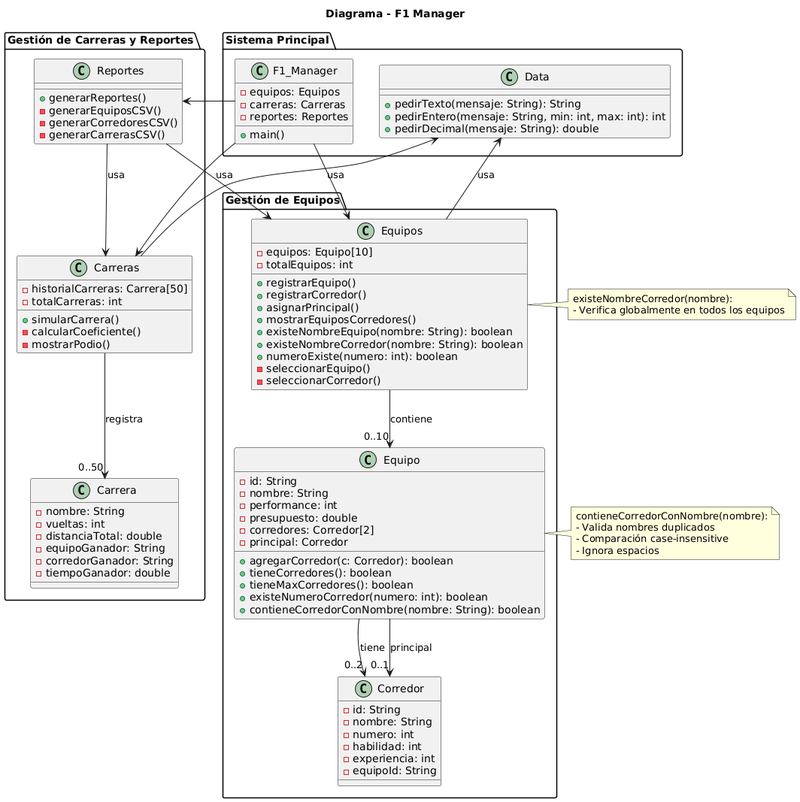
Above: Diagrama F1_Manager.png in Esteban1209/F1_Manager (PlantUML), before the change.
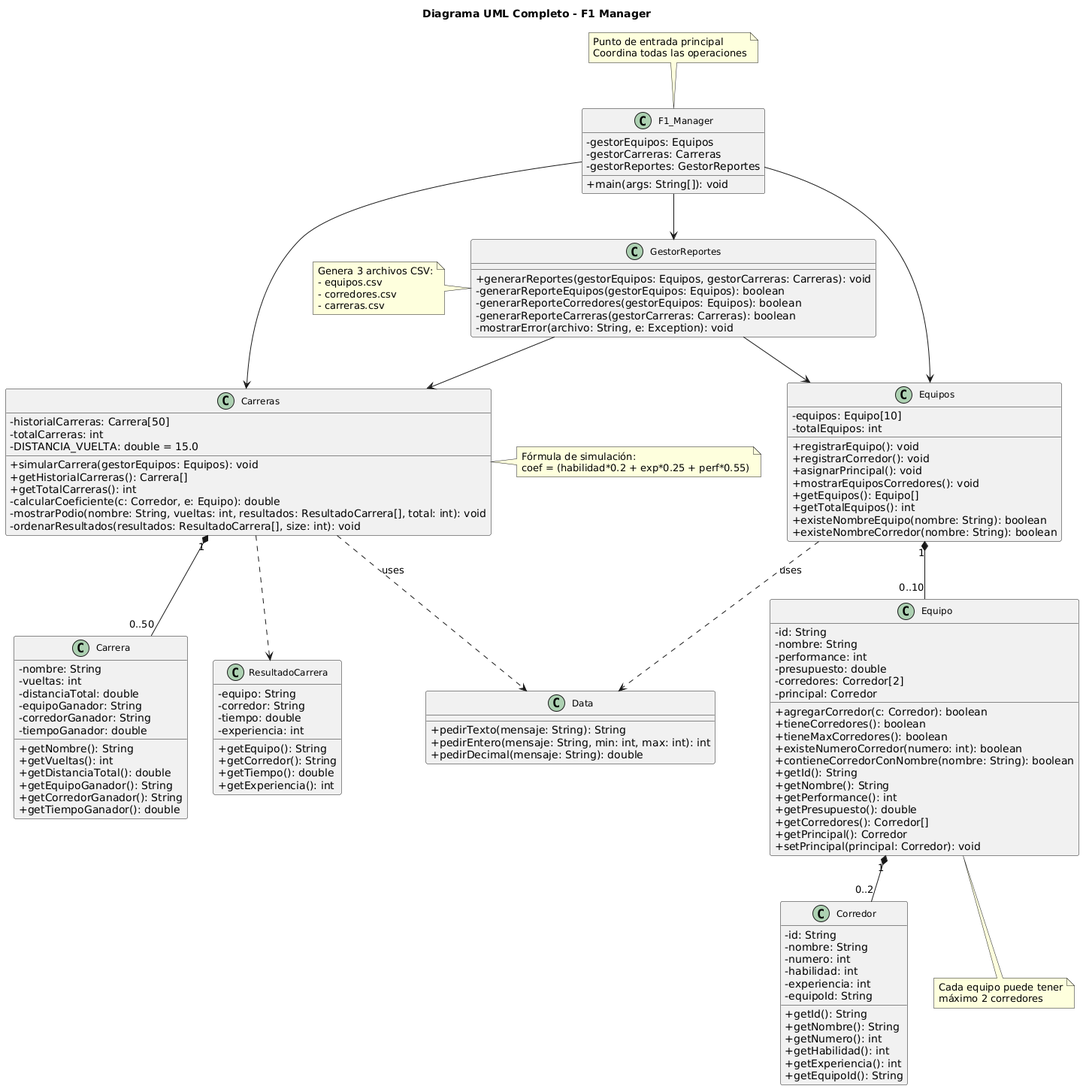
After the change.

Diff of the diagram source:
```diff
@@ -1,109 +1,133 @@
 @startuml
-title Diagrama - F1 Manager
+skinparam classAttributeIconSize 0
+skinparam defaultFontName Arial
+skinparam classFontSize 12
+title Diagrama UML Completo - F1 Manager
 
-package "Sistema Principal" {
-  class F1_Manager {
-    - equipos: Equipos
-    - carreras: Carreras
-    - reportes: Reportes
-    + main()
-  }
-
-  class Data {
-    + pedirTexto(mensaje: String): String
-    + pedirEntero(mensaje: String, min: int, max: int): int
-    + pedirDecimal(mensaje: String): double
-  }
+class F1_Manager {
+  - gestorEquipos: Equipos
+  - gestorCarreras: Carreras
+  - gestorReportes: GestorReportes
+  + main(args: String[]): void
 }
 
-package "Gestión de Equipos" {
-  class Equipos {
-    - equipos: Equipo[10]
-    - totalEquipos: int
-    + registrarEquipo()
-    + registrarCorredor()
-    + asignarPrincipal()
-    + mostrarEquiposCorredores()
-    + existeNombreEquipo(nombre: String): boolean
-    + existeNombreCorredor(nombre: String): boolean
-    + numeroExiste(numero: int): boolean
-    - seleccionarEquipo()
-    - seleccionarCorredor()
-  }
-
-  class Equipo {
-    - id: String
-    - nombre: String
-    - performance: int
-    - presupuesto: double
-    - corredores: Corredor[2]
-    - principal: Corredor
-    + agregarCorredor(c: Corredor): boolean
-    + tieneCorredores(): boolean
-    + tieneMaxCorredores(): boolean
-    + existeNumeroCorredor(numero: int): boolean
-    + contieneCorredorConNombre(nombre: String): boolean
-  }
-
-  class Corredor {
-    - id: String
-    - nombre: String
-    - numero: int
-    - habilidad: int
-    - experiencia: int
-    - equipoId: String
-  }
+class Equipos {
+  - equipos: Equipo[10]
+  - totalEquipos: int
+  + registrarEquipo(): void
+  + registrarCorredor(): void
+  + asignarPrincipal(): void
+  + mostrarEquiposCorredores(): void
+  + getEquipos(): Equipo[]
+  + getTotalEquipos(): int
+  + existeNombreEquipo(nombre: String): boolean
+  + existeNombreCorredor(nombre: String): boolean
 }
 
-package "Gestión de Carreras y Reportes" {
-  class Carreras {
-    - historialCarreras: Carrera[50]
-    - totalCarreras: int
-    + simularCarrera()
-    - calcularCoeficiente()
-    - mostrarPodio()
-  }
+class Equipo {
+  - id: String
+  - nombre: String
+  - performance: int
+  - presupuesto: double
+  - corredores: Corredor[2]
+  - principal: Corredor
+  + agregarCorredor(c: Corredor): boolean
+  + tieneCorredores(): boolean
+  + tieneMaxCorredores(): boolean
+  + existeNumeroCorredor(numero: int): boolean
+  + contieneCorredorConNombre(nombre: String): boolean
+  + getId(): String
+  + getNombre(): String
+  + getPerformance(): int
+  + getPresupuesto(): double
+  + getCorredores(): Corredor[]
+  + getPrincipal(): Corredor
+  + setPrincipal(principal: Corredor): void
+}
 
-  class Carrera {
-    - nombre: String
-    - vueltas: int
-    - distanciaTotal: double
-    - equipoGanador: String
-    - corredorGanador: String
-    - tiempoGanador: double
-  }
+class Corredor {
+  - id: String
+  - nombre: String
+  - numero: int
+  - habilidad: int
+  - experiencia: int
+  - equipoId: String
+  + getId(): String
+  + getNombre(): String
+  + getNumero(): int
+  + getHabilidad(): int
+  + getExperiencia(): int
+  + getEquipoId(): String
+}
 
-  class Reportes {
-    + generarReportes()
-    - generarEquiposCSV()
-    - generarCorredoresCSV()
-    - generarCarrerasCSV()
-  }
+class Carreras {
+  - historialCarreras: Carrera[50]
+  - totalCarreras: int
+  - DISTANCIA_VUELTA: double = 15.0
+  + simularCarrera(gestorEquipos: Equipos): void
+  + getHistorialCarreras(): Carrera[]
+  + getTotalCarreras(): int
+  - calcularCoeficiente(c: Corredor, e: Equipo): double
+  - mostrarPodio(nombre: String, vueltas: int, resultados: ResultadoCarrera[], total: int): void
+  - ordenarResultados(resultados: ResultadoCarrera[], size: int): void
+}
+
+class Carrera {
+  - nombre: String
+  - vueltas: int
+  - distanciaTotal: double
+  - equipoGanador: String
+  - corredorGanador: String
+  - tiempoGanador: double
+  + getNombre(): String
+  + getVueltas(): int
+  + getDistanciaTotal(): double
+  + getEquipoGanador(): String
+  + getCorredorGanador(): String
+  + getTiempoGanador(): double
+}
+
+class ResultadoCarrera {
+  - equipo: String
+  - corredor: String
+  - tiempo: double
+  - experiencia: int
+  + getEquipo(): String
+  + getCorredor(): String
+  + getTiempo(): double
+  + getExperiencia(): int
+}
+
+class GestorReportes {
+  + generarReportes(gestorEquipos: Equipos, gestorCarreras: Carreras): void
+  - generarReporteEquipos(gestorEquipos: Equipos): boolean
+  - generarReporteCorredores(gestorEquipos: Equipos): boolean
+  - generarReporteCarreras(gestorCarreras: Carreras): boolean
+  - mostrarError(archivo: String, e: Exception): void
+}
+
+class Data {
+  + pedirTexto(mensaje: String): String
+  + pedirEntero(mensaje: String, min: int, max: int): int
+  + pedirDecimal(mensaje: String): double
 }
 
 F1_Manager --> Equipos
 F1_Manager --> Carreras
-F1_Manager --> Reportes
+F1_Manager --> GestorReportes
 
-Equipos --> Data : usa
-Carreras --> Data : usa
-Reportes --> Equipos : usa
-Reportes --> Carreras : usa
+Equipos "1" *-- "0..10" Equipo
+Equipo "1" *-- "0..2" Corredor
+Carreras "1" *-- "0..50" Carrera
+Carreras ..> ResultadoCarrera
 
-Equipos --> "0..10" Equipo : contiene
-Equipo --> "0..2" Corredor : tiene
-Equipo --> "0..1" Corredor : principal
-Carreras --> "0..50" Carrera : registra
+Equipos ..> Data : «uses»
+Carreras ..> Data : «uses»
+GestorReportes --> Equipos
+GestorReportes --> Carreras
 
-note right of Equipo
-  contieneCorredorConNombre(nombre):
-  - Valida nombres duplicados
-  - Comparación case-insensitive
-  - Ignora espacios
-end note
-
-note right of Equipos
-  existeNombreCorredor(nombre):
-  - Verifica globalmente en todos los equipos
-end note
+note top of F1_Manager: Punto de entrada principal\nCoordina todas las operaciones
+note bottom of Equipo: Cada equipo puede tener\nmáximo 2 corredores
+note right of Carreras: Fórmula de simulación:\ncoef = (habilidad*0.2 + exp*0.25 + perf*0.55)
+note left of GestorReportes: Genera 3 archivos CSV:\n- equipos.csv\n- corredores.csv\n- carreras.csv
 @enduml
```
